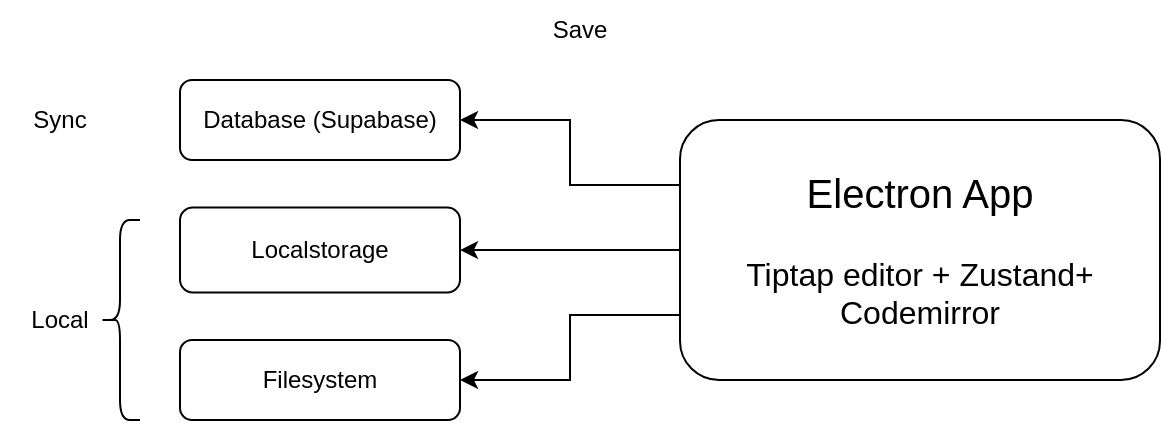
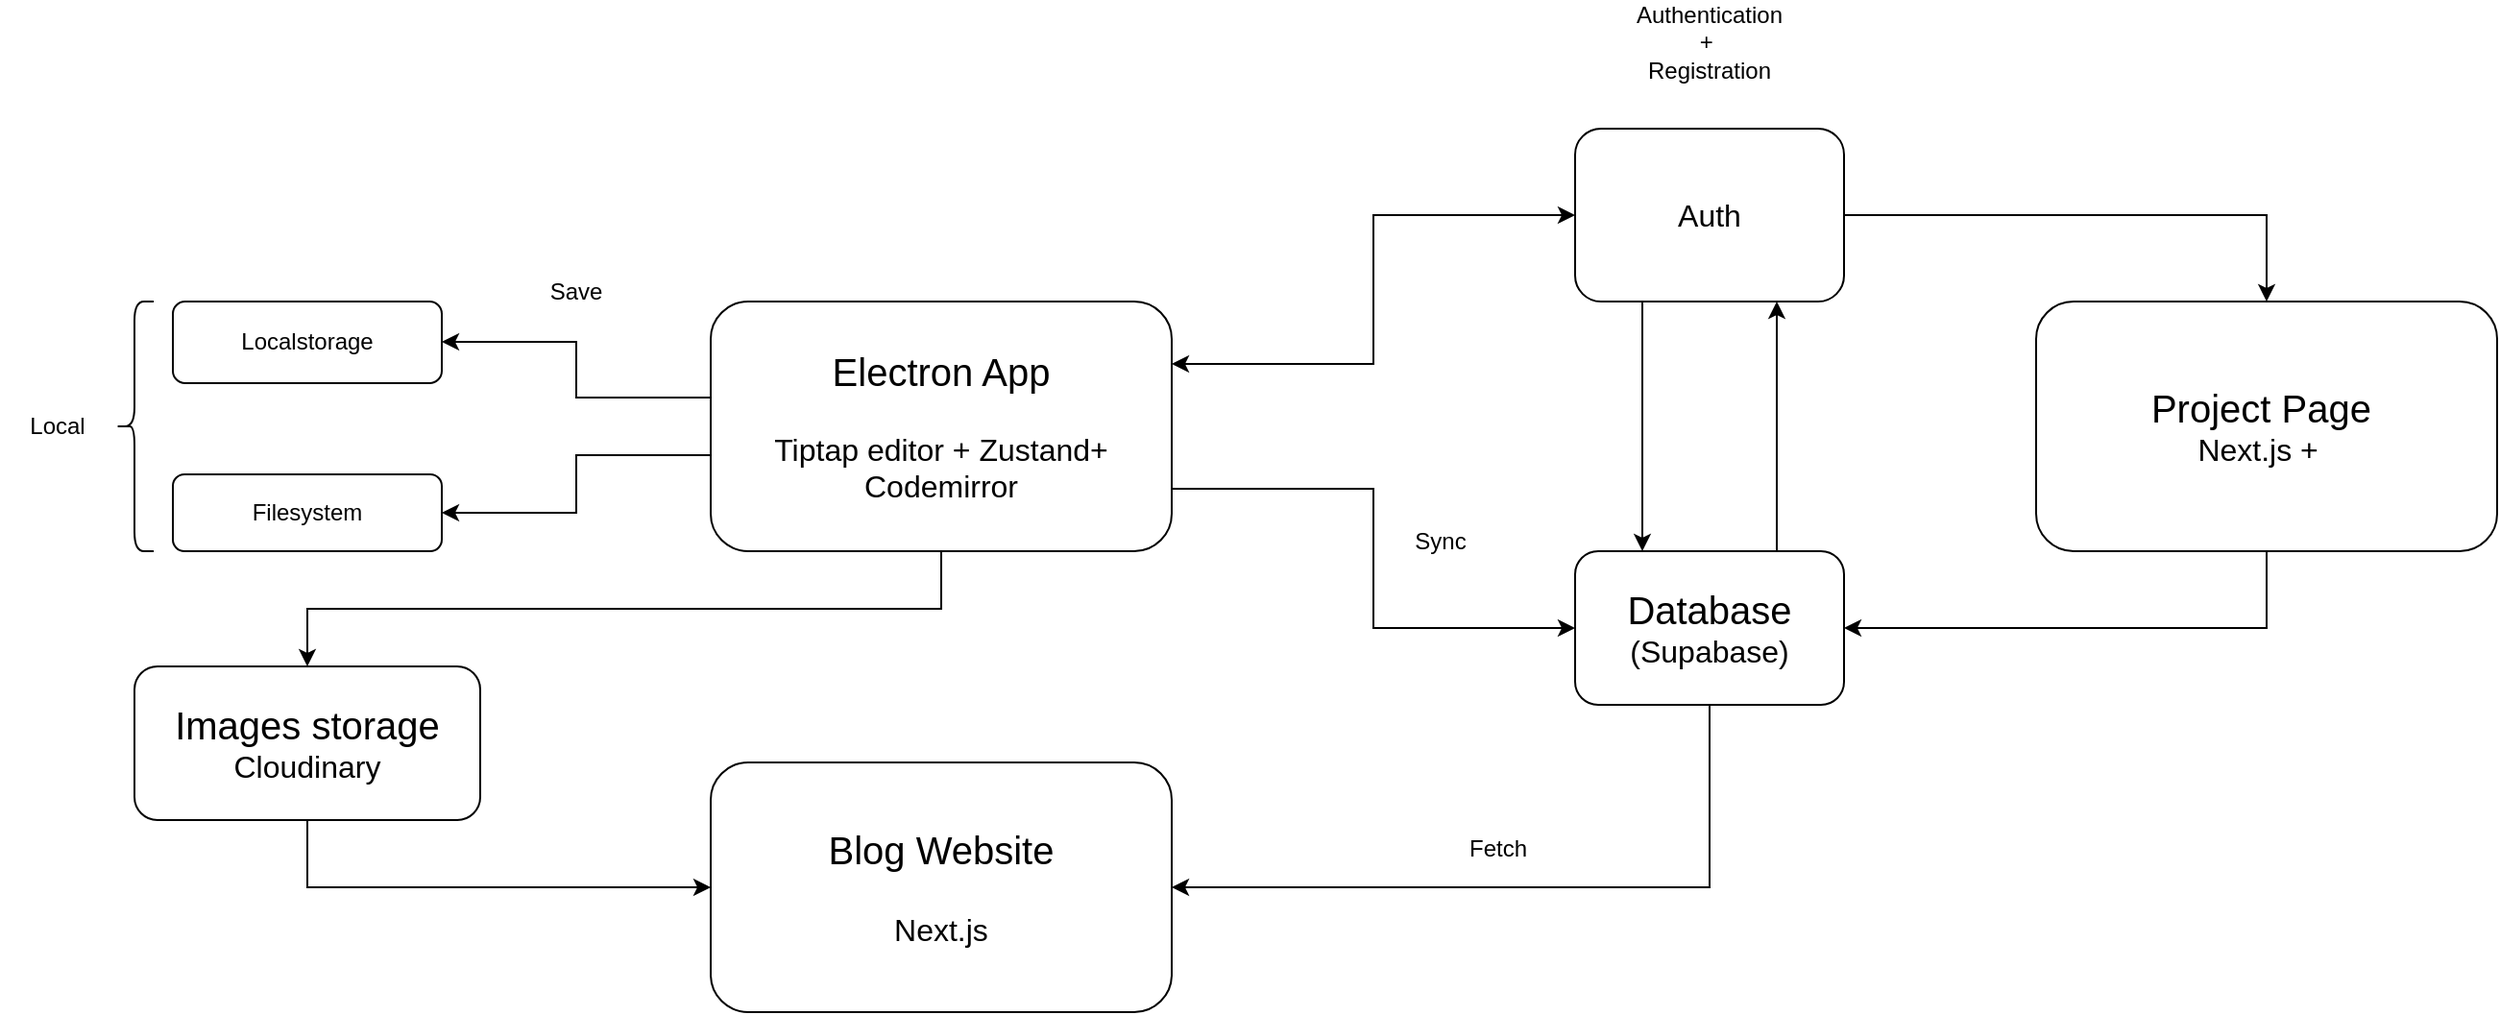
<mxfile host="app.diagrams.net">
  <diagram name="Página-1" id="Ov4H8QZxHRL6zFBvUA3Z">
-     <mxGraphModel dx="860" dy="479" grid="1" gridSize="10" guides="1" tooltips="1" connect="1" arrows="1" fold="1" page="1" pageScale="1" pageWidth="827" pageHeight="1169" math="0" shadow="0">
+     <mxGraphModel dx="1570" dy="684" grid="1" gridSize="10" guides="1" tooltips="1" connect="1" arrows="1" fold="1" page="1" pageScale="1" pageWidth="2339" pageHeight="3300" math="0" shadow="0">
      <root>
        <mxCell id="0" />
        <mxCell id="1" parent="0" />
        <mxCell id="KEHBypfiPnHfp0EBQFIf-2" edge="1" parent="1" source="KEHBypfiPnHfp0EBQFIf-1" style="edgeStyle=orthogonalEdgeStyle;rounded=0;orthogonalLoop=1;jettySize=auto;html=1;" target="KEHBypfiPnHfp0EBQFIf-3">
          <mxGeometry relative="1" as="geometry">
-             <mxPoint x="260" y="275" as="targetPoint" />
-           </mxGeometry>
-         </mxCell>
-         <mxCell id="KEHBypfiPnHfp0EBQFIf-4" edge="1" parent="1" source="KEHBypfiPnHfp0EBQFIf-1" style="edgeStyle=orthogonalEdgeStyle;rounded=0;orthogonalLoop=1;jettySize=auto;html=1;exitX=0;exitY=0.25;exitDx=0;exitDy=0;" target="KEHBypfiPnHfp0EBQFIf-5">
-           <mxGeometry relative="1" as="geometry">
-             <mxPoint x="260" y="210" as="targetPoint" />
+             <Array as="points">
+               <mxPoint x="650" y="530" />
+               <mxPoint x="650" y="501" />
+             </Array>
+             <mxPoint x="620" y="545" as="targetPoint" />
          </mxGeometry>
        </mxCell>
        <mxCell id="KEHBypfiPnHfp0EBQFIf-6" edge="1" parent="1" source="KEHBypfiPnHfp0EBQFIf-1" style="edgeStyle=orthogonalEdgeStyle;rounded=0;orthogonalLoop=1;jettySize=auto;html=1;exitX=0;exitY=0.75;exitDx=0;exitDy=0;" target="KEHBypfiPnHfp0EBQFIf-7">
          <mxGeometry relative="1" as="geometry">
-             <mxPoint x="260" y="340" as="targetPoint" />
+             <Array as="points">
+               <mxPoint x="720" y="560" />
+               <mxPoint x="650" y="560" />
+               <mxPoint x="650" y="590" />
+             </Array>
+             <mxPoint x="620" y="610" as="targetPoint" />
          </mxGeometry>
        </mxCell>
+         <mxCell id="NtwE37go12smj8WTYjW8-23" edge="1" parent="1" source="KEHBypfiPnHfp0EBQFIf-1" style="edgeStyle=orthogonalEdgeStyle;rounded=0;orthogonalLoop=1;jettySize=auto;html=1;exitX=1;exitY=0.25;exitDx=0;exitDy=0;entryX=0;entryY=0.5;entryDx=0;entryDy=0;startArrow=classic;startFill=1;" target="NtwE37go12smj8WTYjW8-9">
+           <mxGeometry relative="1" as="geometry" />
+         </mxCell>
+         <mxCell id="NtwE37go12smj8WTYjW8-29" edge="1" parent="1" source="KEHBypfiPnHfp0EBQFIf-1" style="edgeStyle=orthogonalEdgeStyle;rounded=0;orthogonalLoop=1;jettySize=auto;html=1;exitX=0.5;exitY=1;exitDx=0;exitDy=0;entryX=0.5;entryY=0;entryDx=0;entryDy=0;" target="NtwE37go12smj8WTYjW8-28">
+           <mxGeometry relative="1" as="geometry" />
+         </mxCell>
+         <mxCell id="NtwE37go12smj8WTYjW8-32" edge="1" parent="1" source="KEHBypfiPnHfp0EBQFIf-1" style="edgeStyle=orthogonalEdgeStyle;rounded=0;orthogonalLoop=1;jettySize=auto;html=1;exitX=1;exitY=0.75;exitDx=0;exitDy=0;entryX=0;entryY=0.5;entryDx=0;entryDy=0;" target="KEHBypfiPnHfp0EBQFIf-5">
+           <mxGeometry relative="1" as="geometry" />
+         </mxCell>
        <mxCell id="KEHBypfiPnHfp0EBQFIf-1" parent="1" style="rounded=1;whiteSpace=wrap;html=1;" value="&lt;font style=&quot;font-size: 20px;&quot;&gt;Electron App&lt;/font&gt;&lt;div&gt;&lt;font style=&quot;font-size: 16px;&quot;&gt;&lt;br&gt;&lt;/font&gt;&lt;/div&gt;&lt;div&gt;&lt;font style=&quot;font-size: 16px;&quot;&gt;Tiptap editor + Zustand+ Codemirror&lt;/font&gt;&lt;/div&gt;" vertex="1">
-           <mxGeometry height="130" width="240" x="340" y="210" as="geometry" />
+           <mxGeometry height="130" width="240" x="720" y="480" as="geometry" />
        </mxCell>
        <mxCell id="KEHBypfiPnHfp0EBQFIf-3" parent="1" style="rounded=1;whiteSpace=wrap;html=1;" value="Localstorage" vertex="1">
-           <mxGeometry height="42.5" width="140" x="90" y="253.75" as="geometry" />
+           <mxGeometry height="42.5" width="140" x="440" y="480" as="geometry" />
        </mxCell>
-         <mxCell id="KEHBypfiPnHfp0EBQFIf-5" parent="1" style="rounded=1;whiteSpace=wrap;html=1;" value="Database (Supabase)" vertex="1">
-           <mxGeometry height="40" width="140" x="90" y="190" as="geometry" />
+         <mxCell id="NtwE37go12smj8WTYjW8-20" edge="1" parent="1" source="KEHBypfiPnHfp0EBQFIf-5" style="edgeStyle=orthogonalEdgeStyle;rounded=0;orthogonalLoop=1;jettySize=auto;html=1;exitX=0.75;exitY=0;exitDx=0;exitDy=0;entryX=0.75;entryY=1;entryDx=0;entryDy=0;" target="NtwE37go12smj8WTYjW8-9">
+           <mxGeometry relative="1" as="geometry" />
+         </mxCell>
+         <mxCell id="KEHBypfiPnHfp0EBQFIf-5" parent="1" style="rounded=1;whiteSpace=wrap;html=1;" value="&lt;font style=&quot;font-size: 20px;&quot;&gt;Database&lt;/font&gt;&lt;font style=&quot;font-size: 16px;&quot;&gt; (Supabase)&lt;/font&gt;" vertex="1">
+           <mxGeometry height="80" width="140" x="1170" y="610" as="geometry" />
        </mxCell>
        <mxCell id="KEHBypfiPnHfp0EBQFIf-7" parent="1" style="rounded=1;whiteSpace=wrap;html=1;" value="Filesystem" vertex="1">
-           <mxGeometry height="40" width="140" x="90" y="320" as="geometry" />
+           <mxGeometry height="40" width="140" x="440" y="570" as="geometry" />
        </mxCell>
        <mxCell id="KEHBypfiPnHfp0EBQFIf-8" parent="1" style="text;html=1;whiteSpace=wrap;strokeColor=none;fillColor=none;align=center;verticalAlign=middle;rounded=0;" value="Save" vertex="1">
-           <mxGeometry height="30" width="60" x="260" y="150" as="geometry" />
+           <mxGeometry height="30" width="60" x="620" y="460" as="geometry" />
        </mxCell>
        <mxCell id="KEHBypfiPnHfp0EBQFIf-9" parent="1" style="text;html=1;whiteSpace=wrap;strokeColor=none;fillColor=none;align=center;verticalAlign=middle;rounded=0;" value="Local" vertex="1">
-           <mxGeometry height="30" width="60" y="295" as="geometry" />
+           <mxGeometry height="30" width="60" x="350" y="530" as="geometry" />
        </mxCell>
        <mxCell id="KEHBypfiPnHfp0EBQFIf-10" parent="1" style="text;html=1;whiteSpace=wrap;strokeColor=none;fillColor=none;align=center;verticalAlign=middle;rounded=0;" value="Sync" vertex="1">
-           <mxGeometry height="30" width="60" y="195" as="geometry" />
+           <mxGeometry height="30" width="60" x="1070" y="590" as="geometry" />
        </mxCell>
        <mxCell id="KEHBypfiPnHfp0EBQFIf-11" parent="1" style="shape=curlyBracket;whiteSpace=wrap;html=1;rounded=1;labelPosition=left;verticalLabelPosition=middle;align=right;verticalAlign=middle;" value="" vertex="1">
-           <mxGeometry height="100" width="20" x="50" y="260" as="geometry" />
+           <mxGeometry height="130" width="20" x="410" y="480" as="geometry" />
+         </mxCell>
+         <mxCell id="NtwE37go12smj8WTYjW8-31" edge="1" parent="1" source="NtwE37go12smj8WTYjW8-3" style="edgeStyle=orthogonalEdgeStyle;rounded=0;orthogonalLoop=1;jettySize=auto;html=1;exitX=1;exitY=0.5;exitDx=0;exitDy=0;entryX=0.5;entryY=1;entryDx=0;entryDy=0;startArrow=classic;startFill=1;endArrow=none;endFill=0;" target="KEHBypfiPnHfp0EBQFIf-5">
+           <mxGeometry relative="1" as="geometry" />
+         </mxCell>
+         <mxCell id="NtwE37go12smj8WTYjW8-3" parent="1" style="rounded=1;whiteSpace=wrap;html=1;" value="&lt;font style=&quot;font-size: 20px;&quot;&gt;Blog Website&lt;/font&gt;&lt;div&gt;&lt;font style=&quot;font-size: 16px;&quot;&gt;&lt;br&gt;&lt;/font&gt;&lt;/div&gt;&lt;div&gt;&lt;font style=&quot;font-size: 16px;&quot;&gt;Next.js&lt;/font&gt;&lt;/div&gt;" vertex="1">
+           <mxGeometry height="130" width="240" x="720" y="720" as="geometry" />
+         </mxCell>
+         <mxCell id="NtwE37go12smj8WTYjW8-7" parent="1" style="text;html=1;whiteSpace=wrap;strokeColor=none;fillColor=none;align=center;verticalAlign=middle;rounded=0;" value="Fetch" vertex="1">
+           <mxGeometry height="30" width="60" x="1100" y="750" as="geometry" />
+         </mxCell>
+         <mxCell id="NtwE37go12smj8WTYjW8-27" edge="1" parent="1" source="NtwE37go12smj8WTYjW8-8" style="edgeStyle=orthogonalEdgeStyle;rounded=0;orthogonalLoop=1;jettySize=auto;html=1;exitX=0.5;exitY=1;exitDx=0;exitDy=0;entryX=1;entryY=0.5;entryDx=0;entryDy=0;" target="KEHBypfiPnHfp0EBQFIf-5">
+           <mxGeometry relative="1" as="geometry" />
+         </mxCell>
+         <mxCell id="NtwE37go12smj8WTYjW8-8" parent="1" style="rounded=1;whiteSpace=wrap;html=1;" value="&lt;font style=&quot;font-size: 20px;&quot;&gt;Project Page&amp;nbsp;&lt;/font&gt;&lt;div&gt;&lt;font style=&quot;font-size: 16px;&quot;&gt;Next.js +&amp;nbsp;&amp;nbsp;&lt;/font&gt;&lt;/div&gt;" vertex="1">
+           <mxGeometry height="130" width="240" x="1410" y="480" as="geometry" />
+         </mxCell>
+         <mxCell id="NtwE37go12smj8WTYjW8-19" edge="1" parent="1" source="NtwE37go12smj8WTYjW8-9" style="edgeStyle=orthogonalEdgeStyle;rounded=0;orthogonalLoop=1;jettySize=auto;html=1;exitX=0.25;exitY=1;exitDx=0;exitDy=0;entryX=0.25;entryY=0;entryDx=0;entryDy=0;" target="KEHBypfiPnHfp0EBQFIf-5">
+           <mxGeometry relative="1" as="geometry" />
+         </mxCell>
+         <mxCell id="NtwE37go12smj8WTYjW8-26" edge="1" parent="1" source="NtwE37go12smj8WTYjW8-9" style="edgeStyle=orthogonalEdgeStyle;rounded=0;orthogonalLoop=1;jettySize=auto;html=1;exitX=1;exitY=0.5;exitDx=0;exitDy=0;entryX=0.5;entryY=0;entryDx=0;entryDy=0;" target="NtwE37go12smj8WTYjW8-8">
+           <mxGeometry relative="1" as="geometry" />
+         </mxCell>
+         <mxCell id="NtwE37go12smj8WTYjW8-9" parent="1" style="rounded=1;whiteSpace=wrap;html=1;" value="&lt;font style=&quot;font-size: 16px;&quot;&gt;Auth&lt;/font&gt;" vertex="1">
+           <mxGeometry height="90" width="140" x="1170" y="390" as="geometry" />
+         </mxCell>
+         <mxCell id="NtwE37go12smj8WTYjW8-22" parent="1" style="text;html=1;whiteSpace=wrap;strokeColor=none;fillColor=default;align=center;verticalAlign=middle;rounded=0;" value="Authentication +&amp;nbsp;&lt;div&gt;Registration&lt;/div&gt;" vertex="1">
+           <mxGeometry height="30" width="60" x="1210" y="330" as="geometry" />
+         </mxCell>
+         <mxCell id="NtwE37go12smj8WTYjW8-30" edge="1" parent="1" source="NtwE37go12smj8WTYjW8-28" style="edgeStyle=orthogonalEdgeStyle;rounded=0;orthogonalLoop=1;jettySize=auto;html=1;exitX=0.5;exitY=1;exitDx=0;exitDy=0;entryX=0;entryY=0.5;entryDx=0;entryDy=0;" target="NtwE37go12smj8WTYjW8-3">
+           <mxGeometry relative="1" as="geometry" />
+         </mxCell>
+         <mxCell id="NtwE37go12smj8WTYjW8-28" parent="1" style="rounded=1;whiteSpace=wrap;html=1;" value="&lt;font style=&quot;font-size: 20px;&quot;&gt;Images storage&lt;/font&gt;&lt;div&gt;&lt;font style=&quot;font-size: 16px;&quot;&gt;Cloudinary&lt;/font&gt;&lt;/div&gt;" vertex="1">
+           <mxGeometry height="80" width="180" x="420" y="670" as="geometry" />
        </mxCell>
      </root>
    </mxGraphModel>
  </diagram>
</mxfile>
